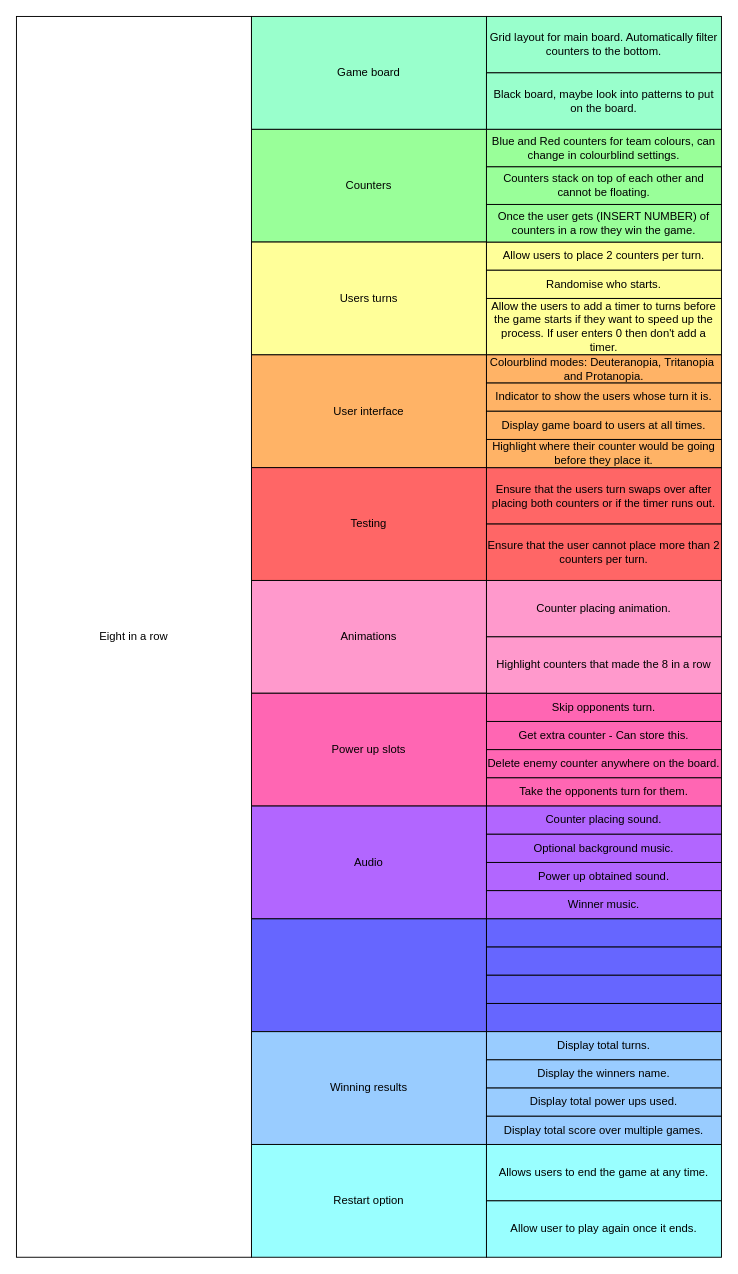
The draw.io diagram Decomposition table.drawio in PURDUEJA/8-in-a-row, before the edit. Source tidied: cells renumbered, new cells numbered last; positions are measured from the earlier drawing's top-left corner, leaving out a move shared by most shapes. Both pictures are drawn from the tidied source at 94%, with x=0, y=0 at pixel (16, 16).
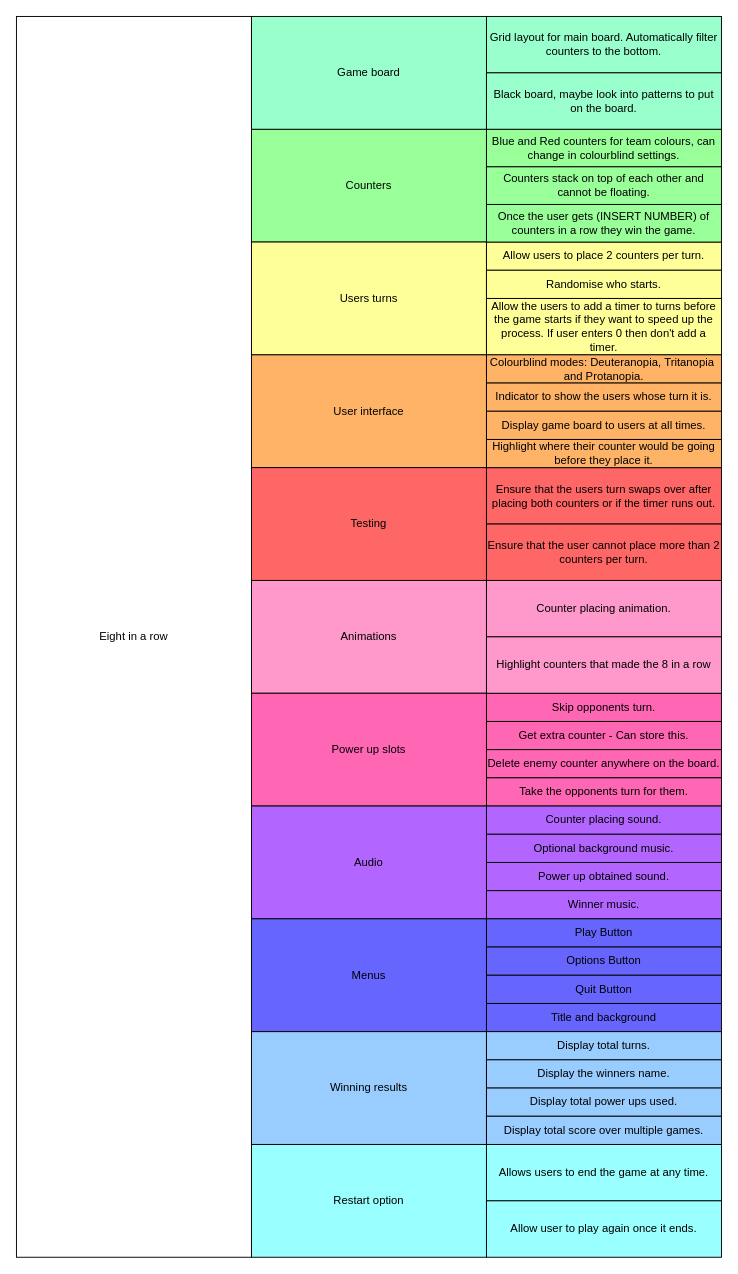
The same page after the edit.

What changed in the source:
```diff
@@
-    <mxCell id="24" style="rounded=0;whiteSpace=wrap;html=1;fillColor=#6666FF;" parent="1" vertex="1">
+    <mxCell id="24" value="Menus" style="rounded=0;whiteSpace=wrap;html=1;fillColor=#6666FF;" parent="1" vertex="1">
       <mxGeometry x="250" y="960" width="250" height="120" as="geometry" />
     </mxCell>
@@
-    <mxCell id="33" style="rounded=0;whiteSpace=wrap;html=1;fillColor=#6666FF;" parent="1" vertex="1">
+    <mxCell id="33" value="Play Button" style="rounded=0;whiteSpace=wrap;html=1;fillColor=#6666FF;" parent="1" vertex="1">
       <mxGeometry x="500" y="960" width="250" height="30" as="geometry" />
     </mxCell>
-    <mxCell id="34" style="rounded=0;whiteSpace=wrap;html=1;fillColor=#6666FF;" parent="1" vertex="1">
+    <mxCell id="34" value="Options Button" style="rounded=0;whiteSpace=wrap;html=1;fillColor=#6666FF;" parent="1" vertex="1">
       <mxGeometry x="500" y="990" width="250" height="30" as="geometry" />
     </mxCell>
-    <mxCell id="35" style="rounded=0;whiteSpace=wrap;html=1;fillColor=#6666FF;" parent="1" vertex="1">
+    <mxCell id="35" value="Quit Button" style="rounded=0;whiteSpace=wrap;html=1;fillColor=#6666FF;" parent="1" vertex="1">
       <mxGeometry x="500" y="1020" width="250" height="30" as="geometry" />
     </mxCell>
-    <mxCell id="36" style="rounded=0;whiteSpace=wrap;html=1;fillColor=#6666FF;" parent="1" vertex="1">
+    <mxCell id="36" value="Title and background" style="rounded=0;whiteSpace=wrap;html=1;fillColor=#6666FF;" parent="1" vertex="1">
       <mxGeometry x="500" y="1050" width="250" height="30" as="geometry" />
     </mxCell>
```
